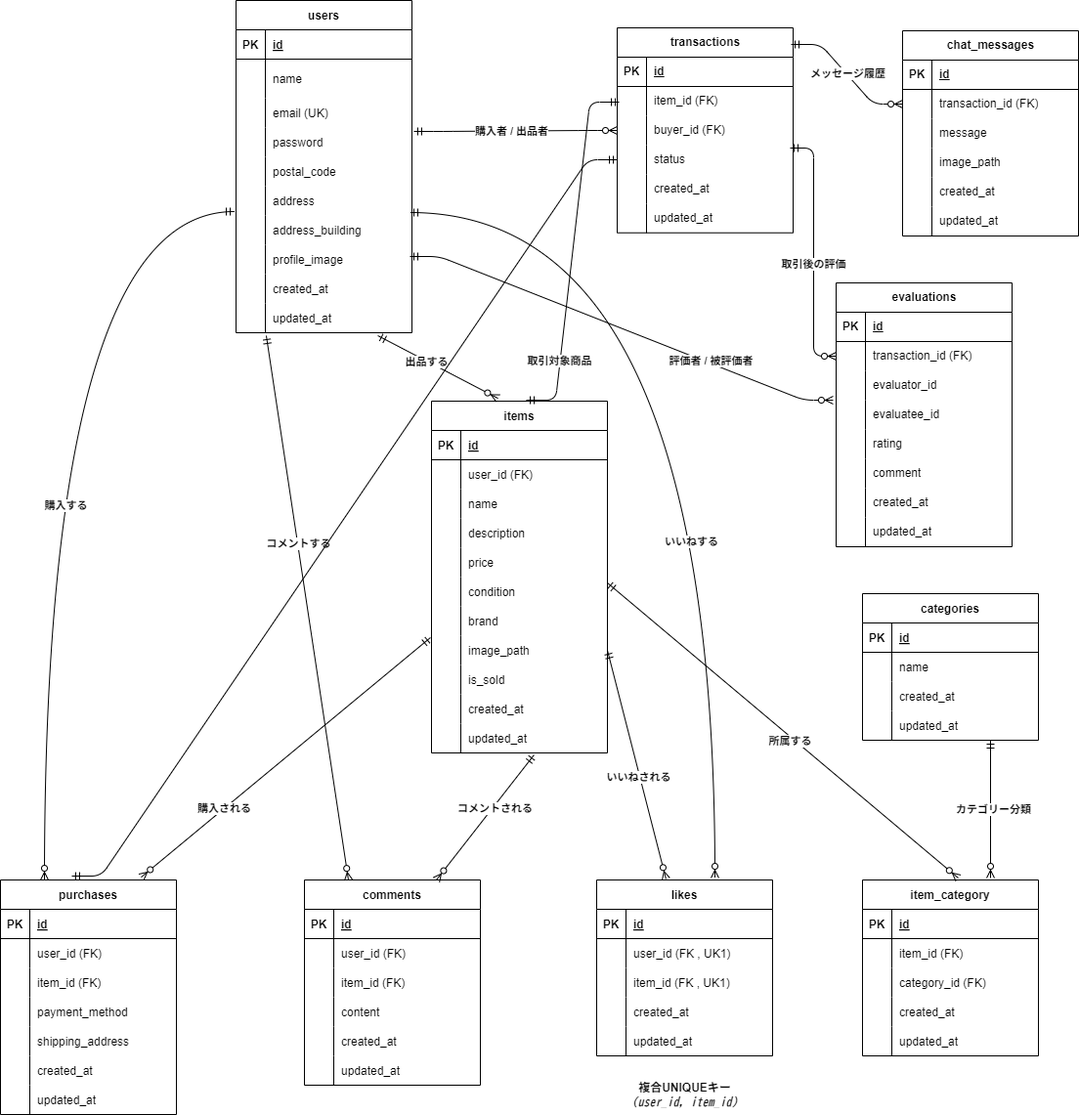
The draw.io diagram ER.drawio.png in shimodum/mock-project-flea-market-app, before a commit. Source tidied: cells renumbered, new cells last; positions are measured from the earlier drawing's top-left corner, leaving out a move shared by most shapes.
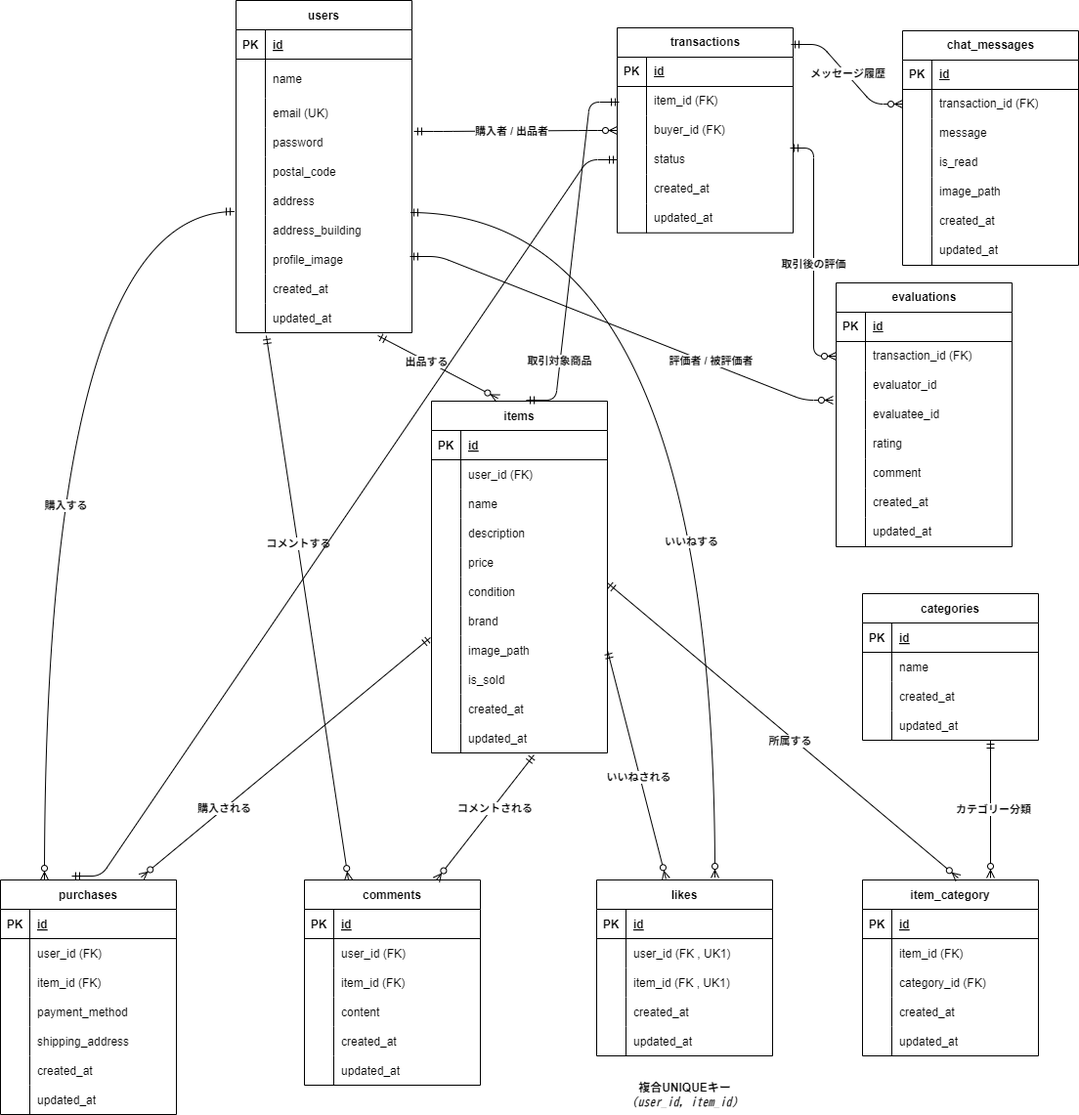
After the change.

Change to the diagram source:
```diff
@@ -592,7 +592,7 @@
       <mxGeometry x="30" width="150" height="30" as="geometry" />
     </mxCell>
     <mxCell id="191" value="chat_messages" style="shape=table;startSize=30;rowLines=0;fontStyle=1;align=center;html=1;" parent="1" vertex="1">
-      <mxGeometry x="923" y="56" width="180" height="210" as="geometry" />
+      <mxGeometry x="923" y="56" width="180" height="240" as="geometry" />
     </mxCell>
     <mxCell id="192" style="shape=tableRow;horizontal=0;startSize=0;swimlaneHead=0;swimlaneBody=0;fillColor=none;top=0;left=0;right=0;bottom=1;" parent="191" vertex="1">
       <mxGeometry y="30" width="180" height="30" as="geometry" />
@@ -627,7 +627,7 @@
     <mxCell id="202" style="shape=partialRectangle;fillColor=none;top=0;left=0;bottom=0;right=0;overflow=hidden;whiteSpace=wrap;html=1;" parent="201" vertex="1">
       <mxGeometry width="30" height="30" as="geometry" />
     </mxCell>
-    <mxCell id="203" value="image_path" style="shape=partialRectangle;fillColor=none;top=0;left=0;bottom=0;right=0;align=left;spacingLeft=6;overflow=hidden;whiteSpace=wrap;html=1;" parent="201" vertex="1">
+    <mxCell id="203" value="is_read" style="shape=partialRectangle;fillColor=none;top=0;left=0;bottom=0;right=0;align=left;spacingLeft=6;overflow=hidden;whiteSpace=wrap;html=1;" parent="201" vertex="1">
       <mxGeometry x="30" width="150" height="30" as="geometry" />
     </mxCell>
     <mxCell id="204" style="shape=tableRow;horizontal=0;startSize=0;swimlaneHead=0;swimlaneBody=0;fillColor=none;top=0;left=0;right=0;bottom=0;" parent="191" vertex="1">
@@ -636,7 +636,7 @@
     <mxCell id="205" style="shape=partialRectangle;fillColor=none;top=0;left=0;bottom=0;right=0;overflow=hidden;whiteSpace=wrap;html=1;" parent="204" vertex="1">
       <mxGeometry width="30" height="30" as="geometry" />
     </mxCell>
-    <mxCell id="206" value="created_at" style="shape=partialRectangle;fillColor=none;top=0;left=0;bottom=0;right=0;align=left;spacingLeft=6;overflow=hidden;whiteSpace=wrap;html=1;" parent="204" vertex="1">
+    <mxCell id="206" value="image_path" style="shape=partialRectangle;fillColor=none;top=0;left=0;bottom=0;right=0;align=left;spacingLeft=6;overflow=hidden;whiteSpace=wrap;html=1;" parent="204" vertex="1">
       <mxGeometry x="30" width="150" height="30" as="geometry" />
     </mxCell>
     <mxCell id="207" style="shape=tableRow;horizontal=0;startSize=0;swimlaneHead=0;swimlaneBody=0;fillColor=none;top=0;left=0;right=0;bottom=0;" parent="191" vertex="1">
@@ -645,9 +645,18 @@
     <mxCell id="208" style="shape=partialRectangle;fillColor=none;top=0;left=0;bottom=0;right=0;overflow=hidden;whiteSpace=wrap;html=1;" parent="207" vertex="1">
       <mxGeometry width="30" height="30" as="geometry" />
     </mxCell>
-    <mxCell id="209" value="updated_at" style="shape=partialRectangle;fillColor=none;top=0;left=0;bottom=0;right=0;align=left;spacingLeft=6;overflow=hidden;whiteSpace=wrap;html=1;" parent="207" vertex="1">
+    <mxCell id="209" value="created_at" style="shape=partialRectangle;fillColor=none;top=0;left=0;bottom=0;right=0;align=left;spacingLeft=6;overflow=hidden;whiteSpace=wrap;html=1;" parent="207" vertex="1">
       <mxGeometry x="30" width="150" height="30" as="geometry" />
     </mxCell>
+    <mxCell id="246" style="shape=tableRow;horizontal=0;startSize=0;swimlaneHead=0;swimlaneBody=0;fillColor=none;top=0;left=0;right=0;bottom=0;" parent="191" vertex="1">
+      <mxGeometry y="210" width="180" height="30" as="geometry" />
+    </mxCell>
+    <mxCell id="247" style="shape=partialRectangle;fillColor=none;top=0;left=0;bottom=0;right=0;overflow=hidden;whiteSpace=wrap;html=1;" parent="246" vertex="1">
+      <mxGeometry width="30" height="30" as="geometry" />
+    </mxCell>
+    <mxCell id="248" value="updated_at" style="shape=partialRectangle;fillColor=none;top=0;left=0;bottom=0;right=0;align=left;spacingLeft=6;overflow=hidden;whiteSpace=wrap;html=1;" parent="246" vertex="1">
+      <mxGeometry x="30" width="150" height="30" as="geometry" />
+    </mxCell>
     <mxCell id="210" value="evaluations" style="shape=table;startSize=30;rowLines=0;fontStyle=1;align=center;html=1;" parent="1" vertex="1">
       <mxGeometry x="855" y="314" width="180" height="270" as="geometry" />
     </mxCell>
```
